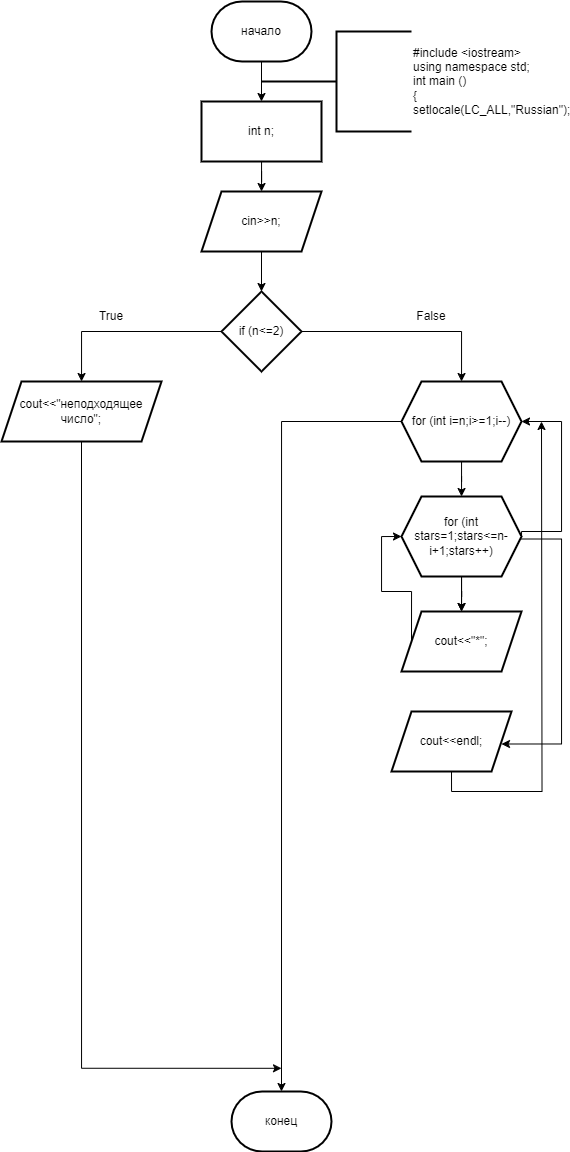
The draw.io diagram 2_8.drawio.png in ksinph/PSTU_LABS_2023, before a commit. Source tidied: cells renumbered, new cells last; positions are measured from the earlier drawing's top-left corner, leaving out a move shared by most shapes.
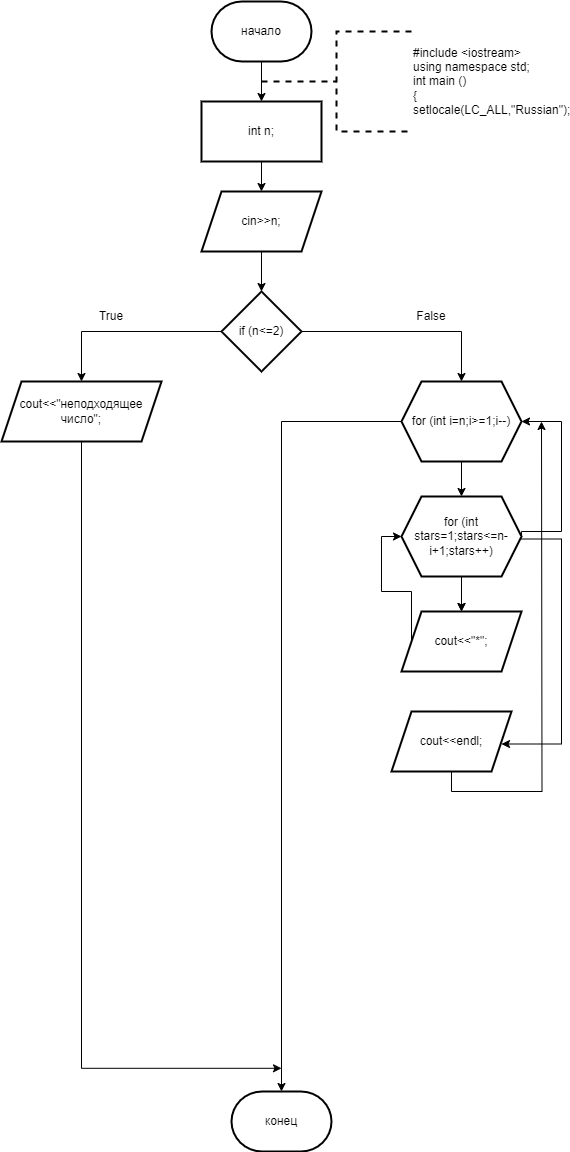
The same diagram one commit later.

Diff of the diagram source:
```diff
@@ -92,7 +92,7 @@
     <mxCell id="25" value="False" style="text;html=1;strokeColor=none;fillColor=none;align=center;verticalAlign=middle;whiteSpace=wrap;rounded=0;" parent="1" vertex="1">
       <mxGeometry x="400" y="300" width="60" height="30" as="geometry" />
     </mxCell>
-    <mxCell id="26" value="#include &amp;lt;iostream&amp;gt;&lt;br&gt;using namespace std;&lt;br&gt;int main ()&lt;br&gt;{&lt;br&gt;setlocale(LC_ALL,&quot;Russian&quot;);" style="strokeWidth=2;html=1;shape=mxgraph.flowchart.annotation_2;align=left;labelPosition=right;" parent="1" vertex="1">
+    <mxCell id="26" value="#include &amp;lt;iostream&amp;gt;&lt;br&gt;using namespace std;&lt;br&gt;int main ()&lt;br&gt;{&lt;br&gt;setlocale(LC_ALL,&quot;Russian&quot;);" style="strokeWidth=2;html=1;shape=mxgraph.flowchart.annotation_2;align=left;labelPosition=right;dashed=1;" parent="1" vertex="1">
       <mxGeometry x="260" y="30" width="150" height="100" as="geometry" />
     </mxCell>
     <mxCell id="27" style="edgeStyle=orthogonalEdgeStyle;rounded=0;jettySize=auto;html=1;exitX=0.5;exitY=1;exitDx=0;exitDy=0;" parent="1" edge="1" source="23">
```
